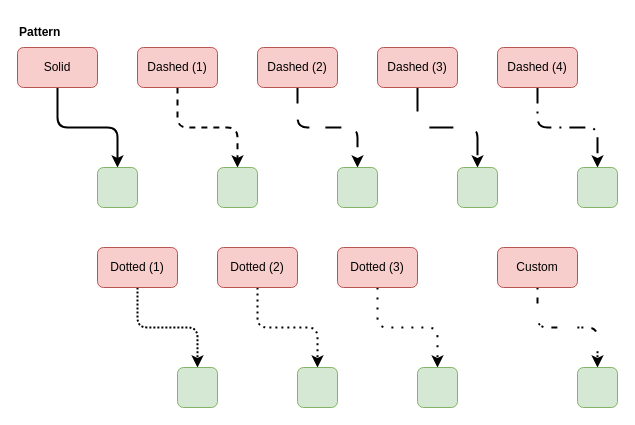
jgraph/drawio-diagrams keeps this draw.io diagram as page "Pattern" (4 of 15) of blog/connector-style-reference.drawio. Above is the earlier version. Source tidied: cells renumbered, new cells numbered last; positions are measured from the earlier drawing's top-left corner, leaving out a move shared by most shapes. Both pictures are drawn from the tidied source at 100%, with x=0, y=0 at pixel (17, 17).
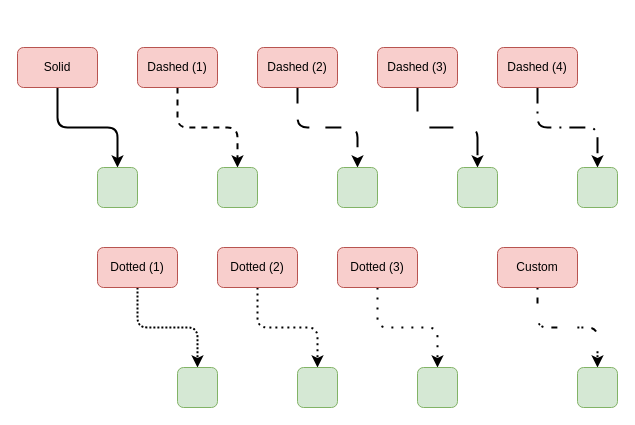
The same diagram, later.

Diff of the diagram source:
```diff
@@
-    <mxCell id="29" value="Pattern" style="text;html=1;whiteSpace=wrap;strokeColor=none;fillColor=none;align=left;verticalAlign=middle;rounded=0;fontStyle=1;" parent="1" vertex="1">
-      <mxGeometry width="110" height="30" as="geometry" />
-    </mxCell>
```
